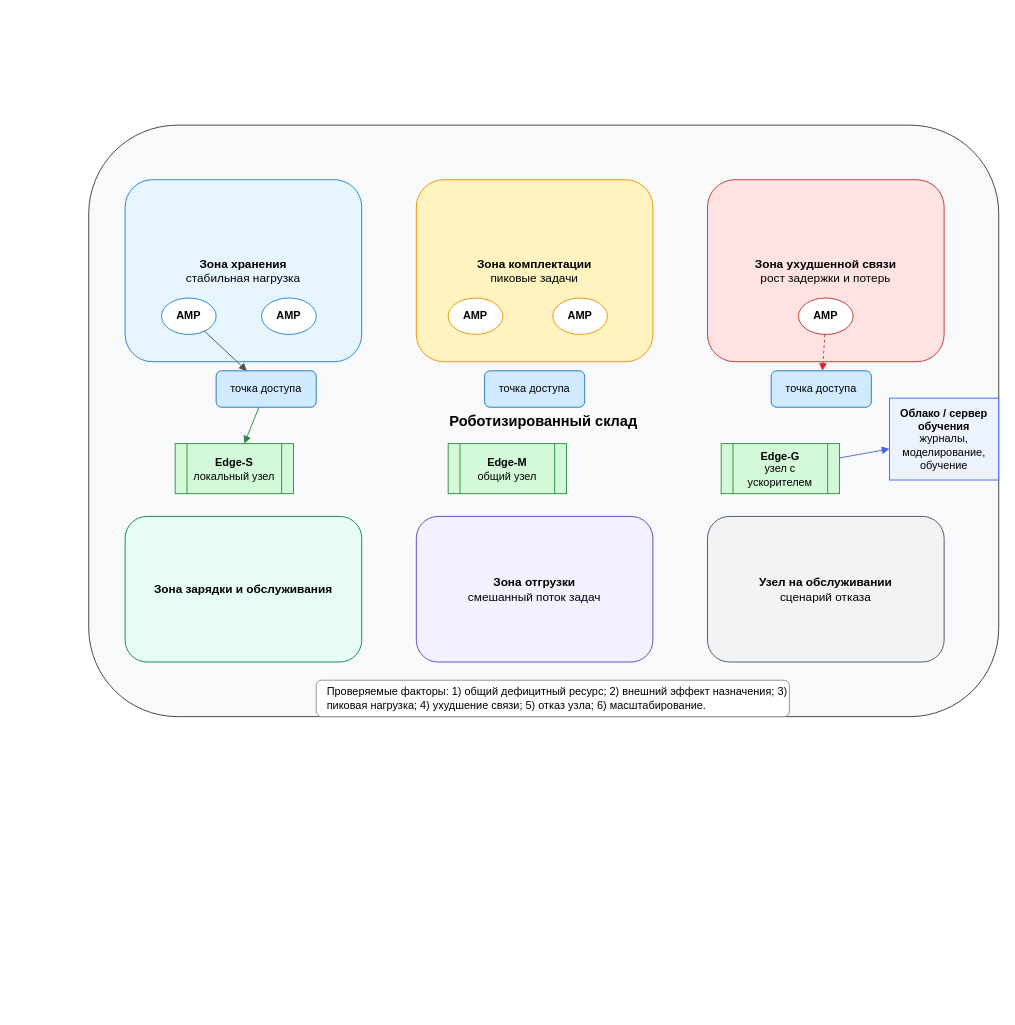
This is Dissertation/images/drawio/ch6_warehouse_scenario.drawio from Dima12101/SPbU-Phd-LaTeX-Dissertation, a draw.io file, before an edit. Source tidied: cells renumbered, new cells numbered last; positions are measured from the earlier drawing's top-left corner, leaving out a move shared by most shapes. Both pictures are drawn from the tidied source at 91%, with x=0, y=0 at pixel (88, 125).
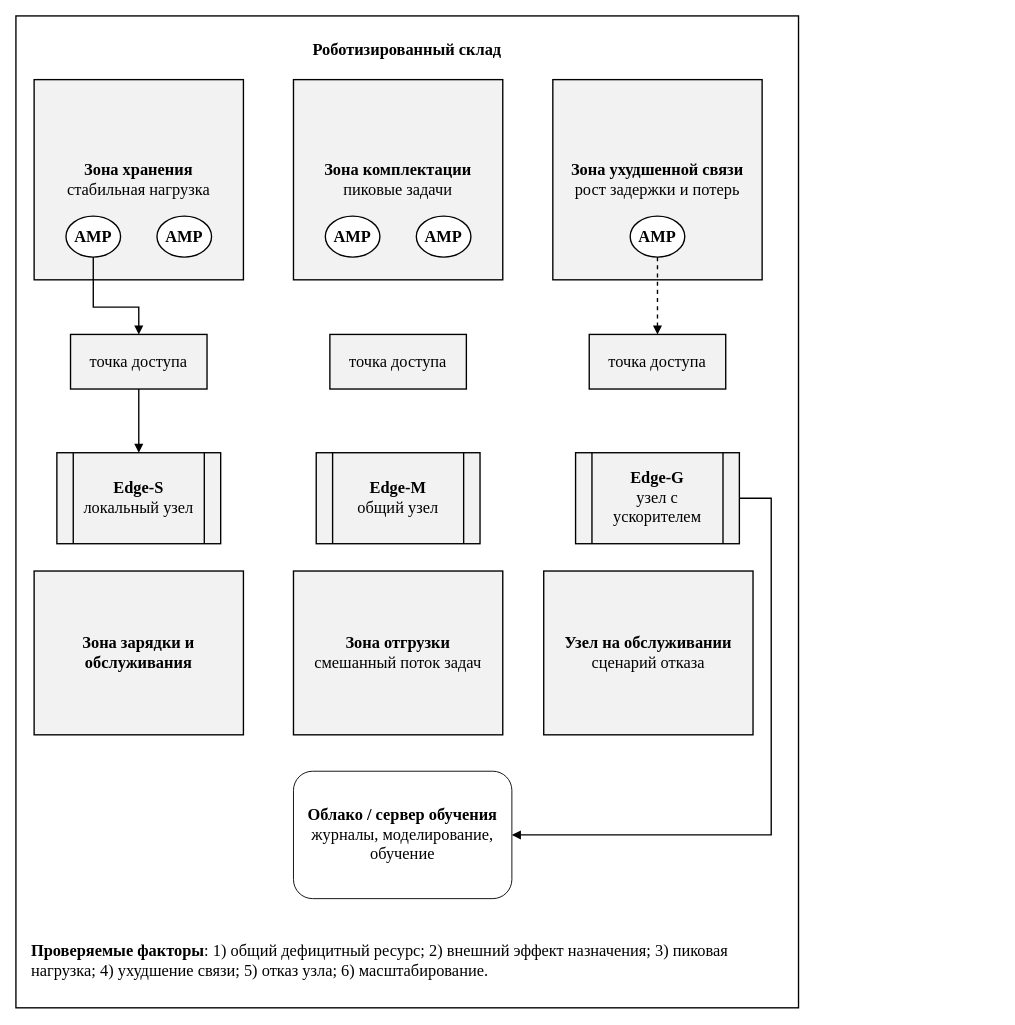
The same page after the edit.

The edit, as a diff of the source:
```diff
@@
-<mxGraphModel>
+<mxGraphModel background="#ffffff">
@@
-    <mxCell id="2" value="Роботизированный склад" style="rounded=1;whiteSpace=wrap;html=1;fillColor=#f8f9fa;strokeColor=#343a40;fontStyle=1;fontSize=16;" parent="1" vertex="1">
-      <mxGeometry width="1000" height="650" as="geometry" />
+    <mxCell id="2" value="Роботизированный склад" style="rounded=0;whiteSpace=wrap;html=1;fillColor=#ffffff;strokeColor=#000000;fontStyle=1;fontSize=18;fontColor=#000000;fontFamily=Times New Roman;shadow=0;gradientColor=none;glass=0;strokeWidth=1.5;verticalAlign=top;spacingTop=20;" parent="1" vertex="1">
+      <mxGeometry x="-80" y="-120" width="860" height="1090" as="geometry" />
     </mxCell>
-    <mxCell id="3" value="&lt;b&gt;Зона хранения&lt;br&gt;&lt;/b&gt;стабильная нагрузка" style="rounded=1;whiteSpace=wrap;html=1;fillColor=#e7f5ff;strokeColor=#1c7ed6;fontSize=13;" parent="1" vertex="1">
-      <mxGeometry x="40" y="60" width="260" height="200" as="geometry" />
+    <mxCell id="3" value="&lt;b&gt;Зона хранения&lt;br&gt;&lt;/b&gt;стабильная нагрузка" style="rounded=0;whiteSpace=wrap;html=1;fillColor=#f2f2f2;strokeColor=#000000;fontSize=18;fontColor=#000000;fontFamily=Times New Roman;shadow=0;gradientColor=none;glass=0;strokeWidth=1.5;" parent="1" vertex="1">
+      <mxGeometry x="-60" y="-50" width="230" height="220" as="geometry" />
     </mxCell>
-    <mxCell id="4" value="&lt;b&gt;Зона комплектации&lt;br&gt;&lt;/b&gt;пиковые задачи" style="rounded=1;whiteSpace=wrap;html=1;fillColor=#fff3bf;strokeColor=#f08c00;fontSize=13;" parent="1" vertex="1">
-      <mxGeometry x="360" y="60" width="260" height="200" as="geometry" />
+    <mxCell id="4" value="&lt;b&gt;Зона комплектации&lt;br&gt;&lt;/b&gt;пиковые задачи" style="rounded=0;whiteSpace=wrap;html=1;fillColor=#f2f2f2;strokeColor=#000000;fontSize=18;fontColor=#000000;fontFamily=Times New Roman;shadow=0;gradientColor=none;glass=0;strokeWidth=1.5;" parent="1" vertex="1">
+      <mxGeometry x="225" y="-50" width="230" height="220" as="geometry" />
     </mxCell>
-    <mxCell id="5" value="&lt;b&gt;Зона ухудшенной связи&lt;br&gt;&lt;/b&gt;рост задержки и потерь" style="rounded=1;whiteSpace=wrap;html=1;fillColor=#ffe3e3;strokeColor=#c92a2a;fontSize=13;" parent="1" vertex="1">
-      <mxGeometry x="680" y="60" width="260" height="200" as="geometry" />
+    <mxCell id="5" value="&lt;b&gt;Зона ухудшенной связи&lt;br&gt;&lt;/b&gt;рост задержки и потерь" style="rounded=0;whiteSpace=wrap;html=1;fillColor=#f2f2f2;strokeColor=#000000;fontSize=18;fontColor=#000000;fontFamily=Times New Roman;shadow=0;gradientColor=none;glass=0;strokeWidth=1.5;" parent="1" vertex="1">
+      <mxGeometry x="510" y="-50" width="230" height="220" as="geometry" />
     </mxCell>
-    <mxCell id="6" value="&lt;b&gt;Зона зарядки и обслуживания&lt;/b&gt;" style="rounded=1;whiteSpace=wrap;html=1;fillColor=#e6fcf5;strokeColor=#087f5b;fontSize=13;" parent="1" vertex="1">
-      <mxGeometry x="40" y="430" width="260" height="160" as="geometry" />
+    <mxCell id="6" value="&lt;b&gt;Зона зарядки и обслуживания&lt;/b&gt;" style="rounded=0;whiteSpace=wrap;html=1;fillColor=#f2f2f2;strokeColor=#000000;fontSize=18;fontColor=#000000;fontFamily=Times New Roman;shadow=0;gradientColor=none;glass=0;strokeWidth=1.5;" parent="1" vertex="1">
+      <mxGeometry x="-60" y="490" width="230" height="180" as="geometry" />
     </mxCell>
-    <mxCell id="7" value="&lt;b&gt;Зона отгрузки&lt;br&gt;&lt;/b&gt;смешанный поток задач" style="rounded=1;whiteSpace=wrap;html=1;fillColor=#f3f0ff;strokeColor=#5f3dc4;fontSize=13;" parent="1" vertex="1">
-      <mxGeometry x="360" y="430" width="260" height="160" as="geometry" />
+    <mxCell id="7" value="&lt;b&gt;Зона отгрузки&lt;br&gt;&lt;/b&gt;смешанный поток задач" style="rounded=0;whiteSpace=wrap;html=1;fillColor=#f2f2f2;strokeColor=#000000;fontSize=18;fontColor=#000000;fontFamily=Times New Roman;shadow=0;gradientColor=none;glass=0;strokeWidth=1.5;" parent="1" vertex="1">
+      <mxGeometry x="225" y="490" width="230" height="180" as="geometry" />
     </mxCell>
-    <mxCell id="8" value="&lt;b&gt;Узел на обслуживании&lt;br&gt;&lt;/b&gt;сценарий отказа" style="rounded=1;whiteSpace=wrap;html=1;fillColor=#f1f3f5;strokeColor=#495057;fontSize=13;" parent="1" vertex="1">
-      <mxGeometry x="680" y="430" width="260" height="160" as="geometry" />
+    <mxCell id="8" value="&lt;b&gt;Узел на обслуживании&lt;br&gt;&lt;/b&gt;сценарий отказа" style="rounded=0;whiteSpace=wrap;html=1;fillColor=#f2f2f2;strokeColor=#000000;fontSize=18;fontColor=#000000;fontFamily=Times New Roman;shadow=0;gradientColor=none;glass=0;strokeWidth=1.5;" parent="1" vertex="1">
+      <mxGeometry x="500" y="490" width="230" height="180" as="geometry" />
     </mxCell>
-    <mxCell id="9" value="АМР" style="ellipse;whiteSpace=wrap;html=1;fillColor=#ffffff;strokeColor=#1c7ed6;fontSize=12;fontStyle=1;" parent="1" vertex="1">
-      <mxGeometry x="80" y="190" width="60" height="40" as="geometry" />
+    <mxCell id="9" value="АМР" style="ellipse;whiteSpace=wrap;html=1;fillColor=#ffffff;strokeColor=#000000;fontSize=18;fontStyle=1;fontColor=#000000;fontFamily=Times New Roman;shadow=0;gradientColor=none;glass=0;strokeWidth=1.5;rounded=0;" parent="1" vertex="1">
+      <mxGeometry x="-25" y="100" width="60" height="45" as="geometry" />
     </mxCell>
-    <mxCell id="10" value="АМР" style="ellipse;whiteSpace=wrap;html=1;fillColor=#ffffff;strokeColor=#1c7ed6;fontSize=12;fontStyle=1;" parent="1" vertex="1">
-      <mxGeometry x="190" y="190" width="60" height="40" as="geometry" />
+    <mxCell id="10" value="АМР" style="ellipse;whiteSpace=wrap;html=1;fillColor=#ffffff;strokeColor=#000000;fontSize=18;fontStyle=1;fontColor=#000000;fontFamily=Times New Roman;shadow=0;gradientColor=none;glass=0;strokeWidth=1.5;rounded=0;" parent="1" vertex="1">
+      <mxGeometry x="75" y="100" width="60" height="45" as="geometry" />
     </mxCell>
-    <mxCell id="11" value="АМР" style="ellipse;whiteSpace=wrap;html=1;fillColor=#ffffff;strokeColor=#f08c00;fontSize=12;fontStyle=1;" parent="1" vertex="1">
-      <mxGeometry x="395" y="190" width="60" height="40" as="geometry" />
+    <mxCell id="11" value="АМР" style="ellipse;whiteSpace=wrap;html=1;fillColor=#ffffff;strokeColor=#000000;fontSize=18;fontStyle=1;fontColor=#000000;fontFamily=Times New Roman;shadow=0;gradientColor=none;glass=0;strokeWidth=1.5;rounded=0;" parent="1" vertex="1">
+      <mxGeometry x="260" y="100" width="60" height="45" as="geometry" />
     </mxCell>
-    <mxCell id="12" value="АМР" style="ellipse;whiteSpace=wrap;html=1;fillColor=#ffffff;strokeColor=#f08c00;fontSize=12;fontStyle=1;" parent="1" vertex="1">
-      <mxGeometry x="510" y="190" width="60" height="40" as="geometry" />
+    <mxCell id="12" value="АМР" style="ellipse;whiteSpace=wrap;html=1;fillColor=#ffffff;strokeColor=#000000;fontSize=18;fontStyle=1;fontColor=#000000;fontFamily=Times New Roman;shadow=0;gradientColor=none;glass=0;strokeWidth=1.5;rounded=0;" parent="1" vertex="1">
+      <mxGeometry x="360" y="100" width="60" height="45" as="geometry" />
     </mxCell>
-    <mxCell id="13" value="АМР" style="ellipse;whiteSpace=wrap;html=1;fillColor=#ffffff;strokeColor=#c92a2a;fontSize=12;fontStyle=1;" parent="1" vertex="1">
-      <mxGeometry x="780" y="190" width="60" height="40" as="geometry" />
+    <mxCell id="13" value="АМР" style="ellipse;whiteSpace=wrap;html=1;fillColor=#ffffff;strokeColor=#000000;fontSize=18;fontStyle=1;fontColor=#000000;fontFamily=Times New Roman;shadow=0;gradientColor=none;glass=0;strokeWidth=1.5;rounded=0;" parent="1" vertex="1">
+      <mxGeometry x="595" y="100" width="60" height="45" as="geometry" />
     </mxCell>
-    <mxCell id="14" value="точка доступа" style="rounded=1;whiteSpace=wrap;html=1;fillColor=#d0ebff;strokeColor=#1971c2;fontSize=12;" parent="1" vertex="1">
-      <mxGeometry x="140" y="270" width="110" height="40" as="geometry" />
+    <mxCell id="14" value="точка доступа" style="rounded=0;whiteSpace=wrap;html=1;fillColor=#f2f2f2;strokeColor=#000000;fontSize=18;fontColor=#000000;fontFamily=Times New Roman;shadow=0;gradientColor=none;glass=0;strokeWidth=1.5;" parent="1" vertex="1">
+      <mxGeometry x="-20" y="230" width="150" height="60" as="geometry" />
     </mxCell>
-    <mxCell id="15" value="точка доступа" style="rounded=1;whiteSpace=wrap;html=1;fillColor=#d0ebff;strokeColor=#1971c2;fontSize=12;" parent="1" vertex="1">
-      <mxGeometry x="435" y="270" width="110" height="40" as="geometry" />
+    <mxCell id="15" value="точка доступа" style="rounded=0;whiteSpace=wrap;html=1;fillColor=#f2f2f2;strokeColor=#000000;fontSize=18;fontColor=#000000;fontFamily=Times New Roman;shadow=0;gradientColor=none;glass=0;strokeWidth=1.5;" parent="1" vertex="1">
+      <mxGeometry x="265" y="230" width="150" height="60" as="geometry" />
     </mxCell>
-    <mxCell id="16" value="точка доступа" style="rounded=1;whiteSpace=wrap;html=1;fillColor=#d0ebff;strokeColor=#1971c2;fontSize=12;" parent="1" vertex="1">
-      <mxGeometry x="750" y="270" width="110" height="40" as="geometry" />
+    <mxCell id="16" value="точка доступа" style="rounded=0;whiteSpace=wrap;html=1;fillColor=#f2f2f2;strokeColor=#000000;fontSize=18;fontColor=#000000;fontFamily=Times New Roman;shadow=0;gradientColor=none;glass=0;strokeWidth=1.5;" parent="1" vertex="1">
+      <mxGeometry x="550" y="230" width="150" height="60" as="geometry" />
     </mxCell>
-    <mxCell id="17" value="&lt;b&gt;Edge-S&lt;br&gt;&lt;/b&gt;локальный узел" style="shape=process;whiteSpace=wrap;html=1;fillColor=#d3f9d8;strokeColor=#2b8a3e;fontSize=12;" parent="1" vertex="1">
-      <mxGeometry x="95" y="350" width="130" height="55" as="geometry" />
+    <mxCell id="17" value="&lt;b&gt;Edge-S&lt;br&gt;&lt;/b&gt;локальный узел" style="shape=process;whiteSpace=wrap;html=1;fillColor=#f2f2f2;strokeColor=#000000;fontSize=18;fontColor=#000000;fontFamily=Times New Roman;shadow=0;gradientColor=none;glass=0;strokeWidth=1.5;rounded=0;" parent="1" vertex="1">
+      <mxGeometry x="-35" y="360" width="180" height="100" as="geometry" />
     </mxCell>
-    <mxCell id="18" value="&lt;b&gt;Edge-M&lt;br&gt;&lt;/b&gt;общий узел" style="shape=process;whiteSpace=wrap;html=1;fillColor=#d3f9d8;strokeColor=#2b8a3e;fontSize=12;" parent="1" vertex="1">
-      <mxGeometry x="395" y="350" width="130" height="55" as="geometry" />
+    <mxCell id="18" value="&lt;b&gt;Edge-M&lt;br&gt;&lt;/b&gt;общий узел" style="shape=process;whiteSpace=wrap;html=1;fillColor=#f2f2f2;strokeColor=#000000;fontSize=18;fontColor=#000000;fontFamily=Times New Roman;shadow=0;gradientColor=none;glass=0;strokeWidth=1.5;rounded=0;" parent="1" vertex="1">
+      <mxGeometry x="250" y="360" width="180" height="100" as="geometry" />
     </mxCell>
+    <mxCell id="25" style="edgeStyle=orthogonalEdgeStyle;rounded=0;jettySize=auto;html=1;entryX=1;entryY=0.5;entryDx=0;entryDy=0;defaultLabelBackgroundColor=page;exitX=1;exitY=0.5;exitDx=0;exitDy=0;strokeWidth=1.5;endArrow=block;endFill=1;" parent="1" edge="1" source="19" target="20">
+      <mxGeometry relative="1" as="geometry">
+        <Array as="points">
+          <mxPoint x="750" y="410" />
+          <mxPoint x="750" y="780" />
+        </Array>
+      </mxGeometry>
+    </mxCell>
-    <mxCell id="19" value="&lt;b&gt;Edge-G&lt;br&gt;&lt;/b&gt;узел с ускорителем" style="shape=process;whiteSpace=wrap;html=1;fillColor=#d3f9d8;strokeColor=#2b8a3e;fontSize=12;" parent="1" vertex="1">
-      <mxGeometry x="695" y="350" width="130" height="55" as="geometry" />
+    <mxCell id="19" value="&lt;b&gt;Edge-G&lt;br&gt;&lt;/b&gt;узел с ускорителем" style="shape=process;whiteSpace=wrap;html=1;fillColor=#f2f2f2;strokeColor=#000000;fontSize=18;fontColor=#000000;fontFamily=Times New Roman;shadow=0;gradientColor=none;glass=0;strokeWidth=1.5;rounded=0;" parent="1" vertex="1">
+      <mxGeometry x="535" y="360" width="180" height="100" as="geometry" />
     </mxCell>
-    <mxCell id="20" value="&lt;b&gt;Облако / сервер обучения&lt;br&gt;&lt;/b&gt;журналы, моделирование, обучение" style="cloud;whiteSpace=wrap;html=1;fillColor=#edf2ff;strokeColor=#4263eb;fontSize=12;" parent="1" vertex="1">
-      <mxGeometry x="880" y="300" width="120" height="90" as="geometry" />
-    </mxCell>
-    <mxCell id="21" value="Проверяемые факторы: 1) общий дефицитный ресурс; 2) внешний эффект назначения; 3) пиковая нагрузка; 4) ухудшение связи; 5) отказ узла; 6) масштабирование." style="rounded=1;whiteSpace=wrap;html=1;fillColor=#ffffff;strokeColor=#868e96;align=left;spacingLeft=10;fontSize=12;" parent="1" vertex="1">
-      <mxGeometry x="250" y="610" width="520" height="40" as="geometry" />
-    </mxCell>
-    <mxCell id="22" style="endArrow=block;html=1;rounded=0;strokeColor=#495057;" parent="1" edge="1" source="9" target="14">
-      <mxGeometry relative="1" as="geometry" />
+    <mxCell id="22" style="endArrow=block;html=1;rounded=0;strokeColor=#000000;fontColor=#000000;strokeWidth=1.5;fontFamily=Times New Roman;fontSize=16;labelBackgroundColor=#ffffff;shadow=0;exitX=0.5;exitY=1;entryX=0.5;entryY=0;" parent="1" edge="1" source="9" target="14">
+      <mxGeometry relative="1" as="geometry">
+        <Array as="points">
+          <mxPoint x="5" y="200" />
+          <mxPoint x="55" y="200" />
+        </Array>
+      </mxGeometry>
     </mxCell>
-    <mxCell id="23" style="endArrow=block;html=1;rounded=0;dashed=1;strokeColor=#c92a2a;" parent="1" edge="1" source="13" target="16">
-      <mxGeometry relative="1" as="geometry" />
+    <mxCell id="23" style="endArrow=block;html=1;rounded=0;dashed=1;strokeColor=#000000;fontColor=#000000;strokeWidth=1.5;fontFamily=Times New Roman;fontSize=16;labelBackgroundColor=#ffffff;shadow=0;exitX=0.5;exitY=1;entryX=0.5;entryY=0;" parent="1" edge="1" source="13" target="16">
+      <mxGeometry relative="1" as="geometry">
+        <Array as="points">
+          <mxPoint x="625" y="200" />
+        </Array>
+      </mxGeometry>
     </mxCell>
-    <mxCell id="24" style="endArrow=block;html=1;rounded=0;strokeColor=#2b8a3e;" parent="1" edge="1" source="14" target="17">
-      <mxGeometry relative="1" as="geometry" />
+    <mxCell id="24" style="endArrow=block;html=1;rounded=0;strokeColor=#000000;fontColor=#000000;strokeWidth=1.5;fontFamily=Times New Roman;fontSize=16;labelBackgroundColor=#ffffff;shadow=0;exitX=0.5;exitY=1;entryX=0.5;entryY=0;" parent="1" edge="1" source="14" target="17">
+      <mxGeometry relative="1" as="geometry">
+        <Array as="points">
+          <mxPoint x="55" y="330" />
+        </Array>
+      </mxGeometry>
     </mxCell>
-    <mxCell id="25" style="endArrow=block;html=1;rounded=0;strokeColor=#4263eb;" parent="1" edge="1" source="19" target="20">
-      <mxGeometry relative="1" as="geometry" />
-    </mxCell>
+    <mxCell id="20" value="&lt;b style=&quot;font-family: &amp;quot;Times New Roman&amp;quot;; font-size: 18px;&quot;&gt;Облако / сервер обучения&lt;br&gt;&lt;/b&gt;&lt;span style=&quot;font-family: &amp;quot;Times New Roman&amp;quot;; font-size: 18px;&quot;&gt;журналы, моделирование, обучение&lt;/span&gt;" style="rounded=1;whiteSpace=wrap;html=1;roundedPerimeter=1;" parent="1" vertex="1">
+      <mxGeometry x="225" y="710" width="240" height="140" as="geometry" />
+    </mxCell>
+    <mxCell id="26" value="&lt;span style=&quot;color: rgb(0, 0, 0); font-family: &amp;quot;Times New Roman&amp;quot;; font-size: 18px; font-style: normal; font-variant-ligatures: normal; font-variant-caps: normal; letter-spacing: normal; orphans: 2; text-align: left; text-indent: 0px; text-transform: none; widows: 2; word-spacing: 0px; -webkit-text-stroke-width: 0px; white-space: normal; text-decoration-thickness: initial; text-decoration-style: initial; text-decoration-color: initial; float: none; display: inline !important;&quot;&gt;&lt;b&gt;Проверяемые факторы&lt;/b&gt;&lt;/span&gt;&lt;span style=&quot;color: rgb(0, 0, 0); font-family: &amp;quot;Times New Roman&amp;quot;; font-size: 18px; font-style: normal; font-variant-ligatures: normal; font-variant-caps: normal; font-weight: 400; letter-spacing: normal; orphans: 2; text-align: left; text-indent: 0px; text-transform: none; widows: 2; word-spacing: 0px; -webkit-text-stroke-width: 0px; white-space: normal; text-decoration-thickness: initial; text-decoration-style: initial; text-decoration-color: initial; float: none; display: inline !important;&quot;&gt;: 1) общий дефицитный ресурс; 2) внешний эффект назначения; 3) пиковая нагрузка; 4) ухудшение связи; 5) отказ узла; 6) масштабирование.&lt;/span&gt;" style="text;whiteSpace=wrap;html=1;" parent="1" vertex="1">
+      <mxGeometry x="-65" y="890" width="805" height="60" as="geometry" />
+    </mxCell>
```
